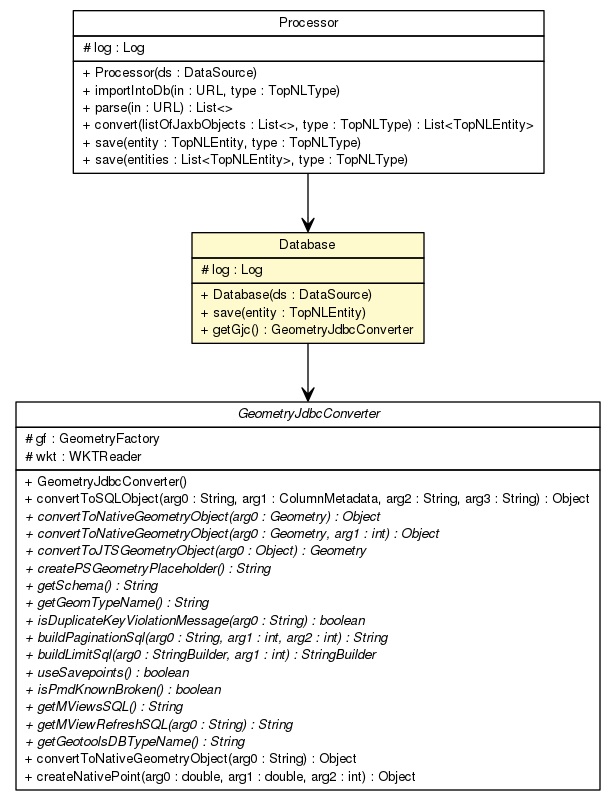
This is topnlparser/apidocs/nl/b3p/topnl/Database.png from B3Partners/brmo, a Graphviz export, as it was before one commit. Its source is kept beside it as topnlparser/apidocs/nl/b3p/topnl/Database.dot.
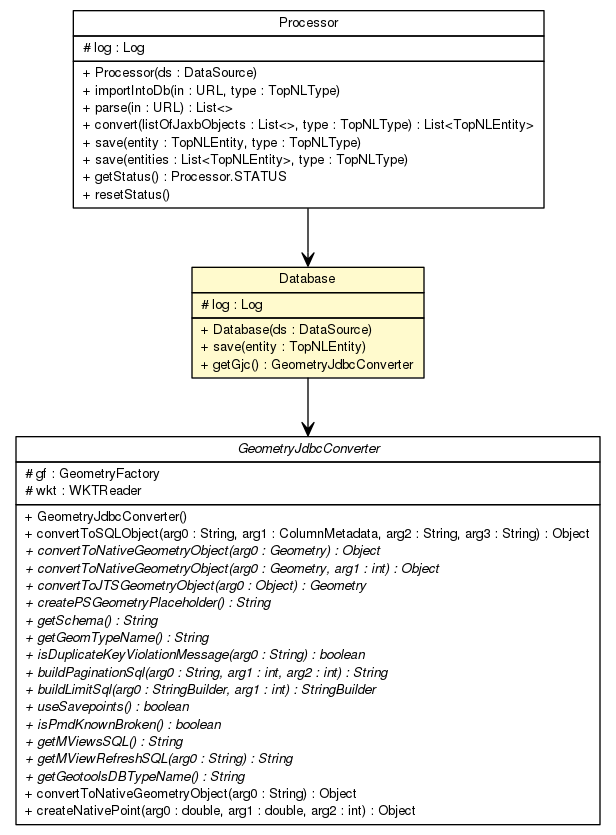
Later version of the same file.

Diff of the diagram source:
```diff
@@ -4,7 +4,7 @@
 	node [fontname="Helvetica",fontsize=10,shape=plaintext];
 	nodesep=0.25;
 	ranksep=0.5;
-	c13333 [label=<<table title="nl.b3p.topnl.Database" border="0" cellborder="1" cellspacing="0" cellpadding="2" port="p" bgcolor="lemonChiffon" href="./Database.html">
+	c13376 [label=<<table title="nl.b3p.topnl.Database" border="0" cellborder="1" cellspacing="0" cellpadding="2" port="p" bgcolor="lemonChiffon" href="./Database.html">
 		<tr><td><table border="0" cellspacing="0" cellpadding="1">
 <tr><td align="center" balign="center"> Database </td></tr>
 		</table></td></tr>
@@ -17,7 +17,7 @@
 <tr><td align="left" balign="left"> + getGjc() : GeometryJdbcConverter </td></tr>
 		</table></td></tr>
 		</table>>, URL="./Database.html", fontname="Helvetica", fontcolor="black", fontsize=10.0];
-	c13337 [label=<<table title="nl.b3p.topnl.Processor" border="0" cellborder="1" cellspacing="0" cellpadding="2" port="p" href="./Processor.html">
+	c13380 [label=<<table title="nl.b3p.topnl.Processor" border="0" cellborder="1" cellspacing="0" cellpadding="2" port="p" href="./Processor.html">
 		<tr><td><table border="0" cellspacing="0" cellpadding="1">
 <tr><td align="center" balign="center"> Processor </td></tr>
 		</table></td></tr>
@@ -31,11 +31,13 @@
 <tr><td align="left" balign="left"> + convert(listOfJaxbObjects : List&lt;&gt;, type : TopNLType) : List&lt;TopNLEntity&gt; </td></tr>
 <tr><td align="left" balign="left"> + save(entity : TopNLEntity, type : TopNLType) </td></tr>
 <tr><td align="left" balign="left"> + save(entities : List&lt;TopNLEntity&gt;, type : TopNLType) </td></tr>
+<tr><td align="left" balign="left"> + getStatus() : Processor.STATUS </td></tr>
+<tr><td align="left" balign="left"> + resetStatus() </td></tr>
 		</table></td></tr>
 		</table>>, URL="./Processor.html", fontname="Helvetica", fontcolor="black", fontsize=10.0];
-	c13333:p -> c13580:p [taillabel="", label="", headlabel="", fontname="Helvetica", fontcolor="black", fontsize=10.0, color="black", arrowhead=open];
-	c13337:p -> c13333:p [taillabel="", label="", headlabel="", fontname="Helvetica", fontcolor="black", fontsize=10.0, color="black", arrowhead=open];
-	c13580 [label=<<table title="nl.b3p.loader.jdbc.GeometryJdbcConverter" border="0" cellborder="1" cellspacing="0" cellpadding="2" port="p">
+	c13376:p -> c13624:p [taillabel="", label="", headlabel="", fontname="Helvetica", fontcolor="black", fontsize=10.0, color="black", arrowhead=open];
+	c13380:p -> c13376:p [taillabel="", label="", headlabel="", fontname="Helvetica", fontcolor="black", fontsize=10.0, color="black", arrowhead=open];
+	c13624 [label=<<table title="nl.b3p.loader.jdbc.GeometryJdbcConverter" border="0" cellborder="1" cellspacing="0" cellpadding="2" port="p">
 		<tr><td><table border="0" cellspacing="0" cellpadding="1">
 <tr><td align="center" balign="center"><font face="Helvetica-Oblique"> GeometryJdbcConverter </font></td></tr>
 		</table></td></tr>
```
